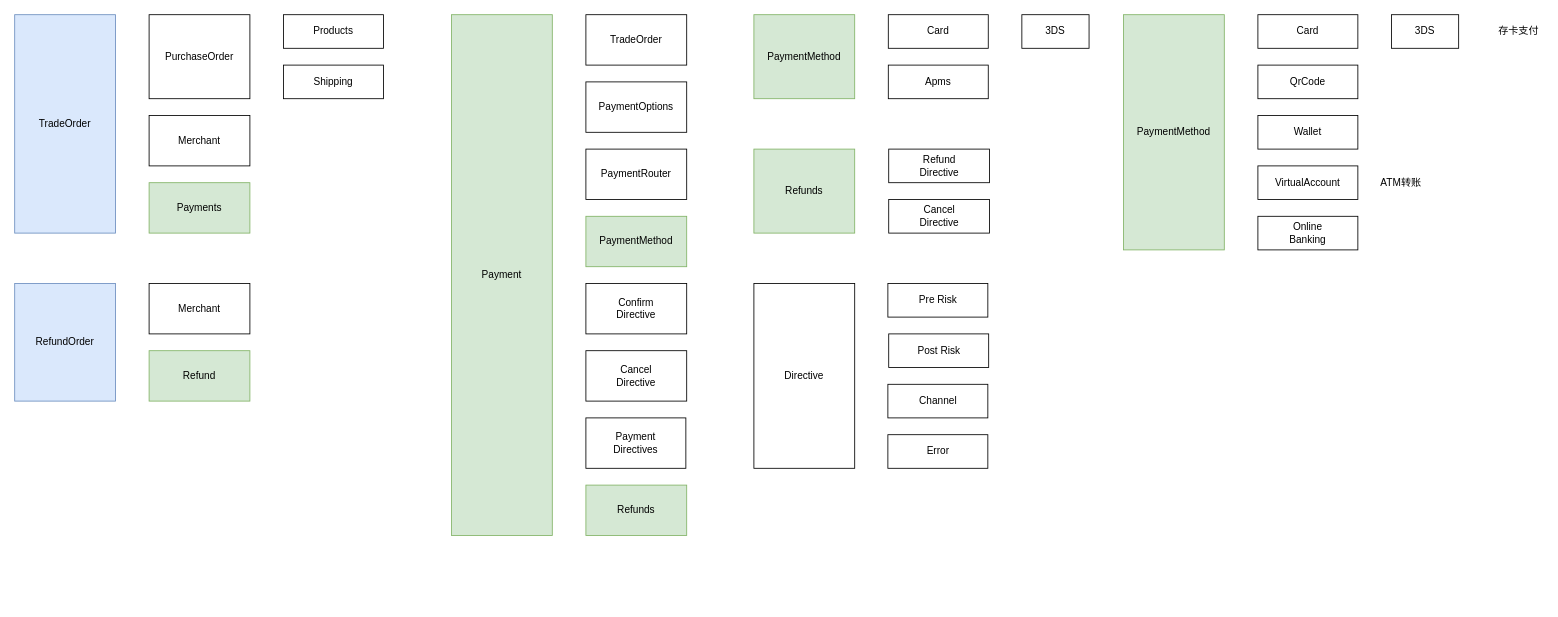
Earlier version of the draw.io diagram page "模型关系图" (2 of 9) of 支付架构.drawio (JudeSheng/design). Source tidied: cells renumbered, new cells numbered last; positions are measured from the earlier drawing's top-left corner, leaving out a move shared by most shapes. Both pictures are drawn from the tidied source at 84%, with x=0, y=0 at pixel (14, 14).
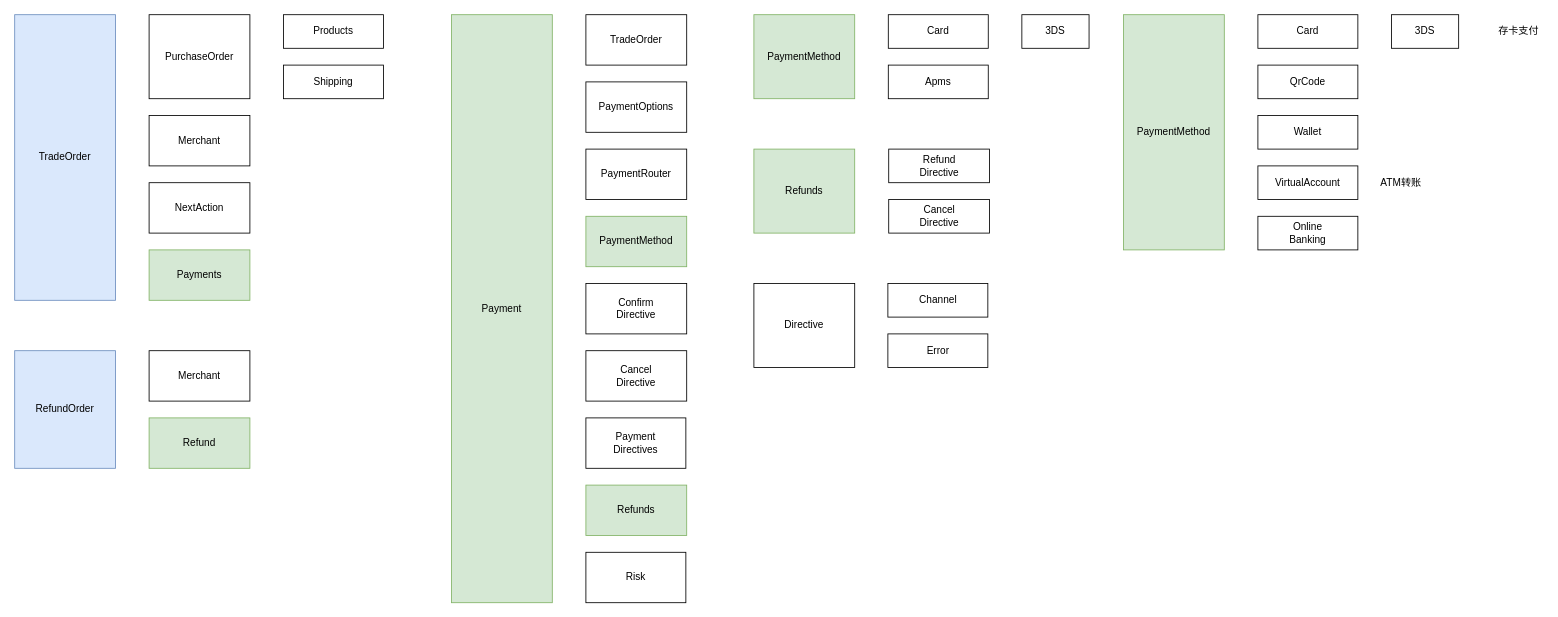
After the change.

Change to the diagram source:
```diff
@@
     <mxCell id="2" value="Payment" style="rounded=0;whiteSpace=wrap;html=1;fillColor=#d5e8d4;strokeColor=#82b366;" parent="1" vertex="1">
-      <mxGeometry x="520" width="120" height="620" as="geometry" />
+      <mxGeometry x="520" width="120" height="700" as="geometry" />
     </mxCell>
@@
     <mxCell id="14" value="&lt;div class=&quot;lake-content&quot;&gt;TradeOrder&lt;/div&gt;" style="rounded=0;whiteSpace=wrap;html=1;fillColor=#dae8fc;strokeColor=#6c8ebf;" parent="1" vertex="1">
-      <mxGeometry width="120" height="260" as="geometry" />
+      <mxGeometry width="120" height="340" as="geometry" />
     </mxCell>
@@
     <mxCell id="19" value="Payments" style="rounded=0;whiteSpace=wrap;html=1;fillColor=#d5e8d4;strokeColor=#82b366;" parent="1" vertex="1">
-      <mxGeometry x="160" y="200" width="120" height="60" as="geometry" />
+      <mxGeometry x="160" y="280" width="120" height="60" as="geometry" />
     </mxCell>
     <mxCell id="20" value="&lt;div class=&quot;lake-content&quot;&gt;RefundOrder&lt;/div&gt;" style="rounded=0;whiteSpace=wrap;html=1;fillColor=#dae8fc;strokeColor=#6c8ebf;" parent="1" vertex="1">
-      <mxGeometry y="320" width="120" height="140" as="geometry" />
+      <mxGeometry y="400" width="120" height="140" as="geometry" />
     </mxCell>
     <mxCell id="21" value="Merchant" style="rounded=0;whiteSpace=wrap;html=1;" parent="1" vertex="1">
-      <mxGeometry x="160" y="320" width="120" height="60" as="geometry" />
+      <mxGeometry x="160" y="400" width="120" height="60" as="geometry" />
     </mxCell>
     <mxCell id="22" value="Refund" style="rounded=0;whiteSpace=wrap;html=1;fillColor=#d5e8d4;strokeColor=#82b366;" parent="1" vertex="1">
-      <mxGeometry x="160" y="400" width="120" height="60" as="geometry" />
+      <mxGeometry x="160" y="480" width="120" height="60" as="geometry" />
     </mxCell>
@@
     <mxCell id="25" value="Directive" style="rounded=0;whiteSpace=wrap;html=1;" parent="1" vertex="1">
-      <mxGeometry x="880" y="320" width="120" height="220" as="geometry" />
+      <mxGeometry x="880" y="320" width="120" height="100" as="geometry" />
     </mxCell>
-    <mxCell id="26" value="Pre Risk" style="rounded=0;whiteSpace=wrap;html=1;" parent="1" vertex="1">
-      <mxGeometry x="1039.5" y="320" width="119" height="40" as="geometry" />
-    </mxCell>
     <mxCell id="27" value="Channel" style="rounded=0;whiteSpace=wrap;html=1;" parent="1" vertex="1">
-      <mxGeometry x="1039.5" y="440" width="119" height="40" as="geometry" />
+      <mxGeometry x="1039.5" y="320" width="119" height="40" as="geometry" />
     </mxCell>
     <mxCell id="28" value="Error" style="rounded=0;whiteSpace=wrap;html=1;" parent="1" vertex="1">
-      <mxGeometry x="1039.5" y="500" width="119" height="40" as="geometry" />
+      <mxGeometry x="1039.5" y="380" width="119" height="40" as="geometry" />
     </mxCell>
@@
-    <mxCell id="30" value="Post Risk" style="rounded=0;whiteSpace=wrap;html=1;" parent="1" vertex="1">
-      <mxGeometry x="1040.5" y="380" width="119" height="40" as="geometry" />
-    </mxCell>
@@
+    <mxCell id="41" value="Risk" style="rounded=0;whiteSpace=wrap;html=1;" parent="1" vertex="1">
+      <mxGeometry x="680" y="640" width="119" height="60" as="geometry" />
+    </mxCell>
+    <mxCell id="42" value="NextAction" style="rounded=0;whiteSpace=wrap;html=1;" parent="1" vertex="1">
+      <mxGeometry x="160" y="200" width="120" height="60" as="geometry" />
+    </mxCell>
```
